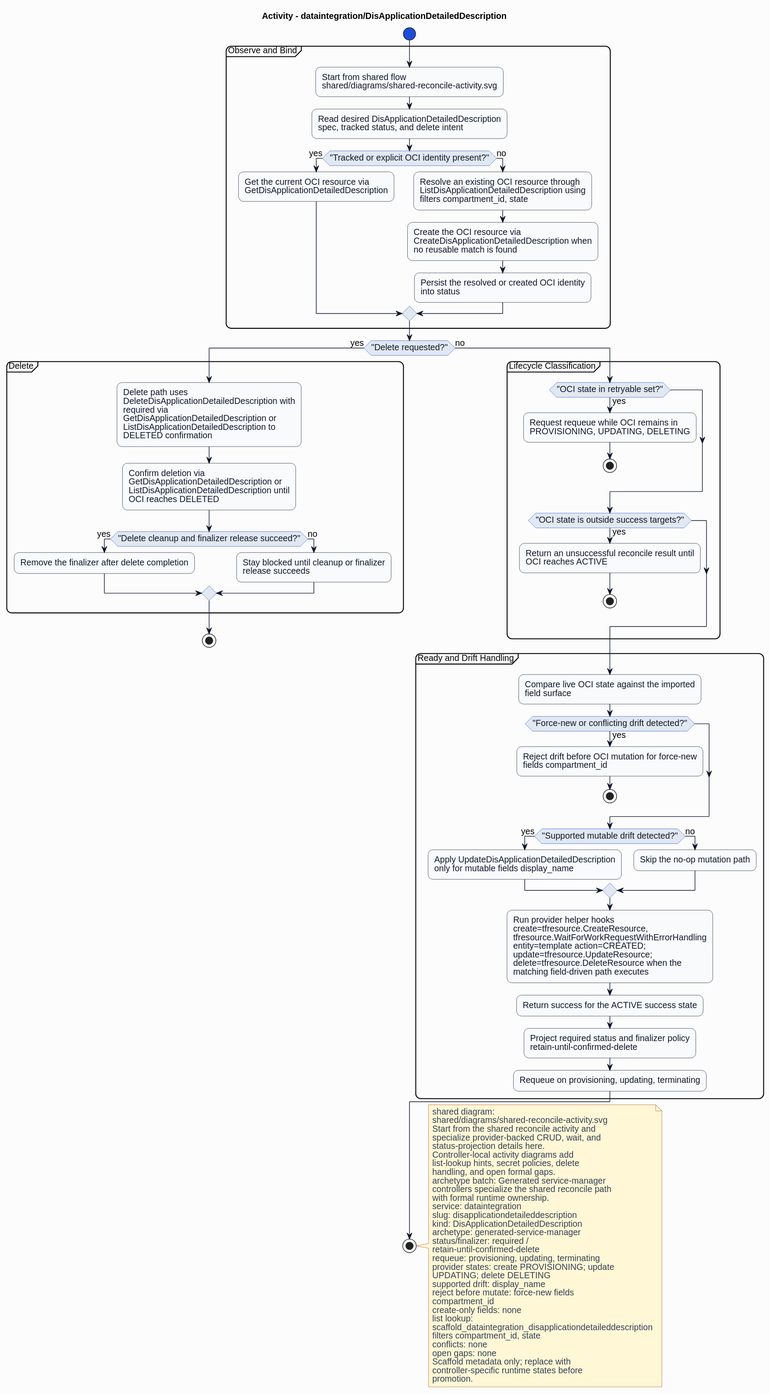
The PlantUML diagram formal/controllers/dataintegration/disapplicationdetaileddescription/diagrams/activity.svg in HaoyL666/oci-service-operator, before a commit. The source it was exported from:
```plantuml
@startuml
skinparam shadowing false
skinparam backgroundColor #fcfcfd
skinparam defaultFontName Helvetica
skinparam defaultFontSize 14
skinparam arrowColor #0f172a
skinparam noteBackgroundColor #fff7d6
skinparam noteBorderColor #b45309
skinparam noteFontColor #334155
skinparam roundcorner 16
title Activity - dataintegration/DisApplicationDetailedDescription
skinparam activity {
  backgroundColor #f8fafc
  borderColor #0f172a
  fontColor #0f172a
  diamondBackgroundColor #e2e8f0
  diamondBorderColor #1d4ed8
  diamondFontColor #0f172a
  startColor #1d4ed8
  endColor #0f172a
  barColor #1d4ed8
}
start
partition "Observe and Bind" {
:Start from shared flow\nshared/diagrams/shared-reconcile-activity.svg;
:Read desired DisApplicationDetailedDescription\nspec, tracked status, and delete intent;
if ("Tracked or explicit OCI identity present?") then (yes)
:Get the current OCI resource via\nGetDisApplicationDetailedDescription;
else (no)
:Resolve an existing OCI resource through\nListDisApplicationDetailedDescription using\nfilters compartment_id, state;
:Create the OCI resource via\nCreateDisApplicationDetailedDescription when\nno reusable match is found;
:Persist the resolved or created OCI identity\ninto status;
endif
}
if ("Delete requested?") then (yes)
partition "Delete" {
:Delete path uses\nDeleteDisApplicationDetailedDescription with\nrequired via\nGetDisApplicationDetailedDescription or\nListDisApplicationDetailedDescription to\nDELETED confirmation;
:Confirm deletion via\nGetDisApplicationDetailedDescription or\nListDisApplicationDetailedDescription until\nOCI reaches DELETED;
if ("Delete cleanup and finalizer release succeed?") then (yes)
:Remove the finalizer after delete completion;
else (no)
:Stay blocked until cleanup or finalizer\nrelease succeeds;
endif
}
stop
else (no)
partition "Lifecycle Classification" {
if ("OCI state in retryable set?") then (yes)
:Request requeue while OCI remains in\nPROVISIONING, UPDATING, DELETING;
stop
endif
if ("OCI state is outside success targets?") then (yes)
:Return an unsuccessful reconcile result until\nOCI reaches ACTIVE;
stop
endif
}
partition "Ready and Drift Handling" {
:Compare live OCI state against the imported\nfield surface;
if ("Force-new or conflicting drift detected?") then (yes)
:Reject drift before OCI mutation for force-new\nfields compartment_id;
stop
endif
if ("Supported mutable drift detected?") then (yes)
:Apply UpdateDisApplicationDetailedDescription\nonly for mutable fields display_name;
else (no)
:Skip the no-op mutation path;
endif
:Run provider helper hooks\ncreate=tfresource.CreateResource,\ntfresource.WaitForWorkRequestWithErrorHandling\nentity=template action=CREATED;\nupdate=tfresource.UpdateResource;\ndelete=tfresource.DeleteResource when the\nmatching field-driven path executes;
:Return success for the ACTIVE success state;
:Project required status and finalizer policy\nretain-until-confirmed-delete;
:Requeue on provisioning, updating, terminating;
}
endif
stop
note right
shared diagram:
shared/diagrams/shared-reconcile-activity.svg
Start from the shared reconcile activity and
specialize provider-backed CRUD, wait, and
status-projection details here.
Controller-local activity diagrams add
list-lookup hints, secret policies, delete
handling, and open formal gaps.
archetype batch: Generated service-manager
controllers specialize the shared reconcile path
with formal runtime ownership.
service: dataintegration
slug: disapplicationdetaileddescription
kind: DisApplicationDetailedDescription
archetype: generated-service-manager
status/finalizer: required /
retain-until-confirmed-delete
requeue: provisioning, updating, terminating
provider states: create PROVISIONING; update
UPDATING; delete DELETING
supported drift: display_name
reject before mutate: force-new fields
compartment_id
create-only fields: none
list lookup:
scaffold_dataintegration_disapplicationdetaileddescription
filters compartment_id, state
conflicts: none
open gaps: none
Scaffold metadata only; replace with
controller-specific runtime states before
promotion.
end note
@enduml
```
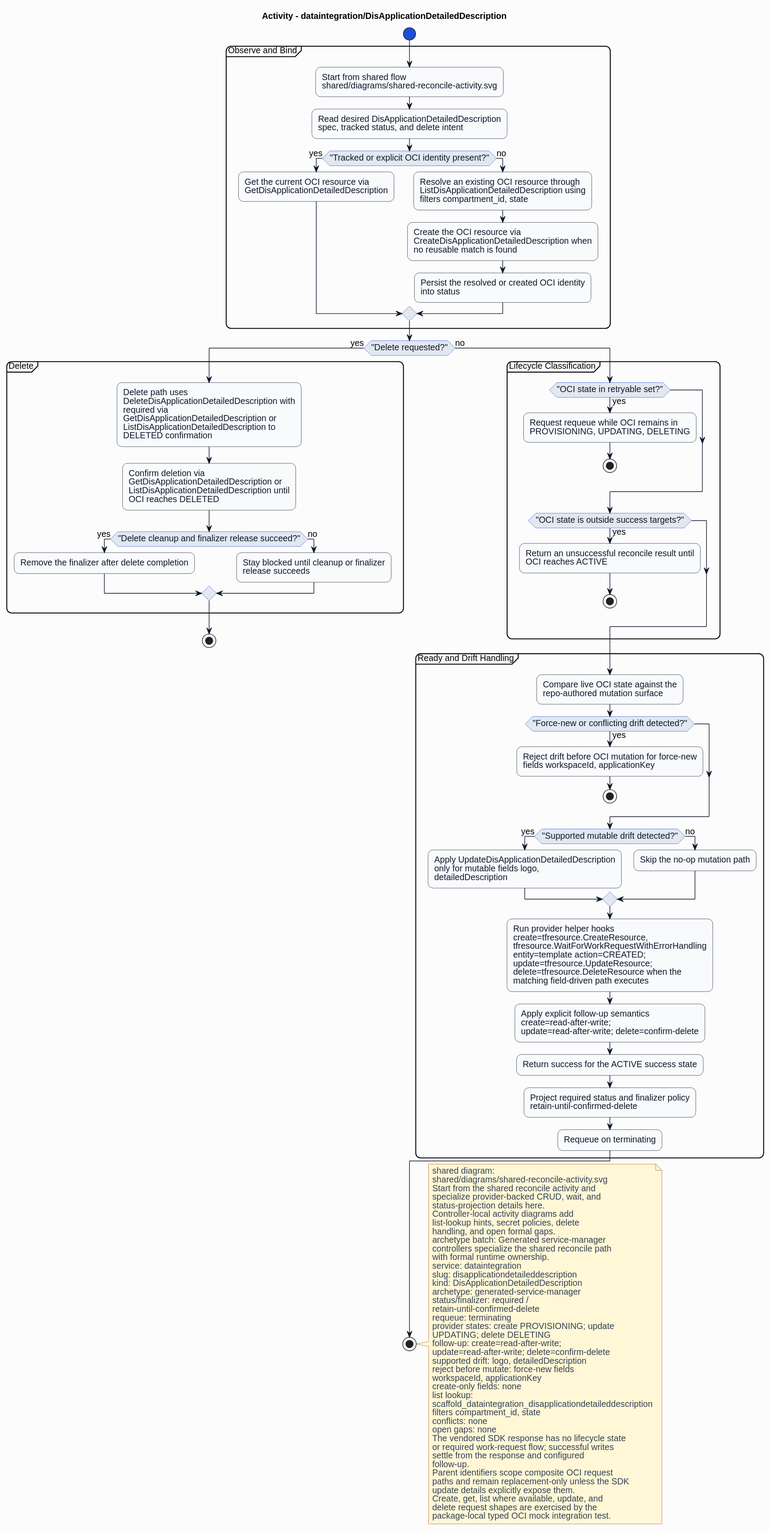
The same file after the commit.

The edit, as a diff of the source:
```diff
@@ -55,20 +55,21 @@
 endif
 }
 partition "Ready and Drift Handling" {
-:Compare live OCI state against the imported\nfield surface;
+:Compare live OCI state against the\nrepo-authored mutation surface;
 if ("Force-new or conflicting drift detected?") then (yes)
-:Reject drift before OCI mutation for force-new\nfields compartment_id;
+:Reject drift before OCI mutation for force-new\nfields workspaceId, applicationKey;
 stop
 endif
 if ("Supported mutable drift detected?") then (yes)
-:Apply UpdateDisApplicationDetailedDescription\nonly for mutable fields display_name;
+:Apply UpdateDisApplicationDetailedDescription\nonly for mutable fields logo,\ndetailedDescription;
 else (no)
 :Skip the no-op mutation path;
 endif
 :Run provider helper hooks\ncreate=tfresource.CreateResource,\ntfresource.WaitForWorkRequestWithErrorHandling\nentity=template action=CREATED;\nupdate=tfresource.UpdateResource;\ndelete=tfresource.DeleteResource when the\nmatching field-driven path executes;
+:Apply explicit follow-up semantics\ncreate=read-after-write;\nupdate=read-after-write; delete=confirm-delete;
 :Return success for the ACTIVE success state;
 :Project required status and finalizer policy\nretain-until-confirmed-delete;
-:Requeue on provisioning, updating, terminating;
+:Requeue on terminating;
 }
 endif
 stop
@@ -90,20 +91,29 @@
 archetype: generated-service-manager
 status/finalizer: required /
 retain-until-confirmed-delete
-requeue: provisioning, updating, terminating
+requeue: terminating
 provider states: create PROVISIONING; update
 UPDATING; delete DELETING
-supported drift: display_name
+follow-up: create=read-after-write;
+update=read-after-write; delete=confirm-delete
+supported drift: logo, detailedDescription
 reject before mutate: force-new fields
-compartment_id
+workspaceId, applicationKey
 create-only fields: none
 list lookup:
 scaffold_dataintegration_disapplicationdetaileddescription
 filters compartment_id, state
 conflicts: none
 open gaps: none
-Scaffold metadata only; replace with
-controller-specific runtime states before
-promotion.
+The vendored SDK response has no lifecycle state
+or required work-request flow; successful writes
+settle from the response and configured
+follow-up.
+Parent identifiers scope composite OCI request
+paths and remain replacement-only unless the SDK
+update details explicitly expose them.
+Create, get, list where available, update, and
+delete request shapes are exercised by the
+package-local typed OCI mock integration test.
 end note
 @enduml
```
